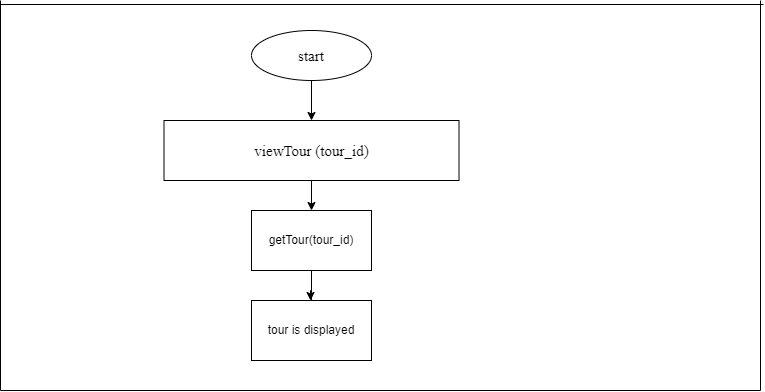
SaadHamdy1999/TravelAdvisor keeps this draw.io diagram as Definition/Design/low level design/flowchart/view tour.drawio.png. Above is the earlier version. Source tidied: cells renumbered, new cells last; positions are measured from the earlier drawing's top-left corner, leaving out a move shared by most shapes. The source it was exported from:
```xml
<mxGraphModel>
  <root>
    <mxCell id="0" />
    <mxCell id="1" parent="0" />
    <mxCell id="2" style="edgeStyle=orthogonalEdgeStyle;rounded=0;jettySize=auto;html=1;" parent="1" edge="1" source="3" target="5">
      <mxGeometry relative="1" as="geometry" />
    </mxCell>
    <mxCell id="3" value="&lt;font face=&quot;Times New Roman&quot; style=&quot;font-size: 15px;&quot;&gt;start&lt;/font&gt;" style="ellipse;whiteSpace=wrap;html=1;" parent="1" vertex="1">
      <mxGeometry x="251" y="30" width="120" height="50" as="geometry" />
    </mxCell>
    <mxCell id="4" style="edgeStyle=orthogonalEdgeStyle;rounded=0;jettySize=auto;html=1;fontFamily=Times New Roman;fontSize=15;" parent="1" edge="1" source="5" target="12">
      <mxGeometry relative="1" as="geometry" />
    </mxCell>
    <mxCell id="5" value="&lt;font face=&quot;Times New Roman&quot; style=&quot;font-size: 15px;&quot;&gt;viewTour (tour_id&lt;span style=&quot;position: relative; top: 0.5pt;&quot;&gt;)&lt;/span&gt;&lt;/font&gt;" style="whiteSpace=wrap;html=1;" parent="1" vertex="1">
      <mxGeometry x="163.5" y="120" width="295" height="60" as="geometry" />
    </mxCell>
    <mxCell id="6" style="endArrow=none;html=1;rounded=0;" parent="1" edge="1">
      <mxGeometry relative="1" as="geometry">
        <mxPoint y="390" as="sourcePoint" />
        <mxPoint x="760" y="390" as="targetPoint" />
      </mxGeometry>
    </mxCell>
    <mxCell id="7" style="endArrow=none;html=1;rounded=0;" parent="1" edge="1">
      <mxGeometry relative="1" as="geometry">
        <mxPoint y="4" as="sourcePoint" />
        <mxPoint x="763" y="4" as="targetPoint" />
      </mxGeometry>
    </mxCell>
    <mxCell id="8" style="endArrow=none;html=1;rounded=0;" parent="1" edge="1">
      <mxGeometry relative="1" as="geometry">
        <mxPoint x="760" y="390" as="sourcePoint" />
        <mxPoint x="760" as="targetPoint" />
      </mxGeometry>
    </mxCell>
    <mxCell id="9" style="endArrow=none;html=1;rounded=0;" parent="1" edge="1">
      <mxGeometry relative="1" as="geometry">
        <mxPoint y="390" as="sourcePoint" />
        <mxPoint as="targetPoint" />
      </mxGeometry>
    </mxCell>
    <mxCell id="10" style="edgeStyle=orthogonalEdgeStyle;rounded=0;jettySize=auto;html=1;fontFamily=Times New Roman;fontSize=15;" parent="1" edge="1" source="12">
      <mxGeometry relative="1" as="geometry">
        <mxPoint x="311.1" y="310" as="targetPoint" />
      </mxGeometry>
    </mxCell>
    <mxCell id="11" style="edgeStyle=orthogonalEdgeStyle;rounded=0;jettySize=auto;html=1;" parent="1" edge="1" source="12" target="13">
      <mxGeometry relative="1" as="geometry">
        <Array as="points">
          <mxPoint x="311" y="290" />
          <mxPoint x="310" y="290" />
        </Array>
      </mxGeometry>
    </mxCell>
    <mxCell id="12" value="getTour(tour_id)" style="whiteSpace=wrap;html=1;" parent="1" vertex="1">
      <mxGeometry x="251" y="210" width="120" height="60" as="geometry" />
    </mxCell>
    <mxCell id="13" value="tour is displayed" style="whiteSpace=wrap;html=1;" parent="1" vertex="1">
      <mxGeometry x="251" y="300" width="120" height="60" as="geometry" />
    </mxCell>
  </root>
</mxGraphModel>
```
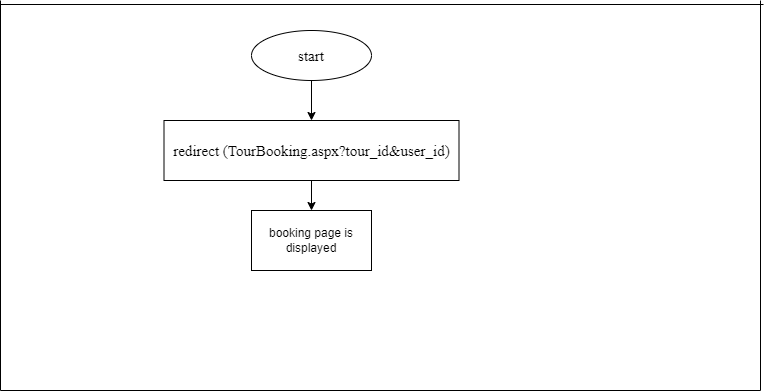
Above is the later version.

The edit, as a diff of the source:
```diff
@@ -11,7 +11,7 @@
     <mxCell id="4" style="edgeStyle=orthogonalEdgeStyle;rounded=0;jettySize=auto;html=1;fontFamily=Times New Roman;fontSize=15;" parent="1" edge="1" source="5" target="12">
       <mxGeometry relative="1" as="geometry" />
     </mxCell>
-    <mxCell id="5" value="&lt;font face=&quot;Times New Roman&quot; style=&quot;font-size: 15px;&quot;&gt;viewTour (tour_id&lt;span style=&quot;position: relative; top: 0.5pt;&quot;&gt;)&lt;/span&gt;&lt;/font&gt;" style="whiteSpace=wrap;html=1;" parent="1" vertex="1">
+    <mxCell id="5" value="&lt;font face=&quot;Times New Roman&quot;&gt;&lt;span style=&quot;font-size: 15px;&quot;&gt;redirect (TourBooking.aspx?tour_id&amp;amp;user_id)&lt;/span&gt;&lt;/font&gt;" style="whiteSpace=wrap;html=1;" parent="1" vertex="1">
       <mxGeometry x="163.5" y="120" width="295" height="60" as="geometry" />
     </mxCell>
     <mxCell id="6" style="endArrow=none;html=1;rounded=0;" parent="1" edge="1">
@@ -38,24 +38,8 @@
         <mxPoint as="targetPoint" />
       </mxGeometry>
     </mxCell>
-    <mxCell id="10" style="edgeStyle=orthogonalEdgeStyle;rounded=0;jettySize=auto;html=1;fontFamily=Times New Roman;fontSize=15;" parent="1" edge="1" source="12">
-      <mxGeometry relative="1" as="geometry">
-        <mxPoint x="311.1" y="310" as="targetPoint" />
-      </mxGeometry>
-    </mxCell>
-    <mxCell id="11" style="edgeStyle=orthogonalEdgeStyle;rounded=0;jettySize=auto;html=1;" parent="1" edge="1" source="12" target="13">
-      <mxGeometry relative="1" as="geometry">
-        <Array as="points">
-          <mxPoint x="311" y="290" />
-          <mxPoint x="310" y="290" />
-        </Array>
-      </mxGeometry>
-    </mxCell>
-    <mxCell id="12" value="getTour(tour_id)" style="whiteSpace=wrap;html=1;" parent="1" vertex="1">
+    <mxCell id="12" value="booking page is displayed" style="whiteSpace=wrap;html=1;" parent="1" vertex="1">
       <mxGeometry x="251" y="210" width="120" height="60" as="geometry" />
     </mxCell>
-    <mxCell id="13" value="tour is displayed" style="whiteSpace=wrap;html=1;" parent="1" vertex="1">
-      <mxGeometry x="251" y="300" width="120" height="60" as="geometry" />
-    </mxCell>
   </root>
 </mxGraphModel>
```
